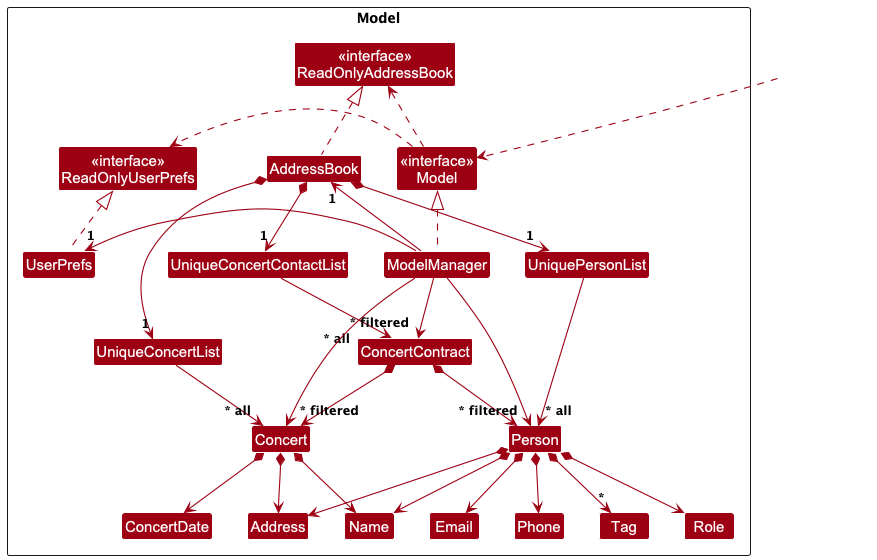
Before: docs/images/ModelClassDiagramNew.png, a diagram exported from PlantUML (nus-cs2103-AY2425S1/tp).
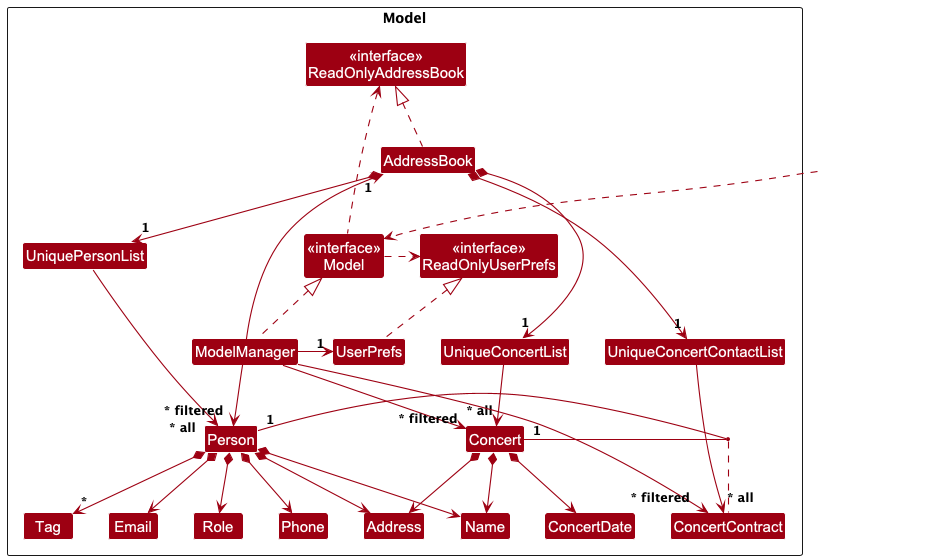
After the change.

The edit, as a diff of the source:
```diff
@@ -56,8 +56,8 @@
 Concert *--> Name
 Concert *--> Address
 Concert *--> ConcertDate
-ConcertContract *--> Person
-ConcertContract *--> Concert
+Person "1" - "1" Concert
+(Person, Concert) .. ConcertContract
 
 Person -[hidden]up--> I
 UniquePersonList -[hidden]right-> I
```
